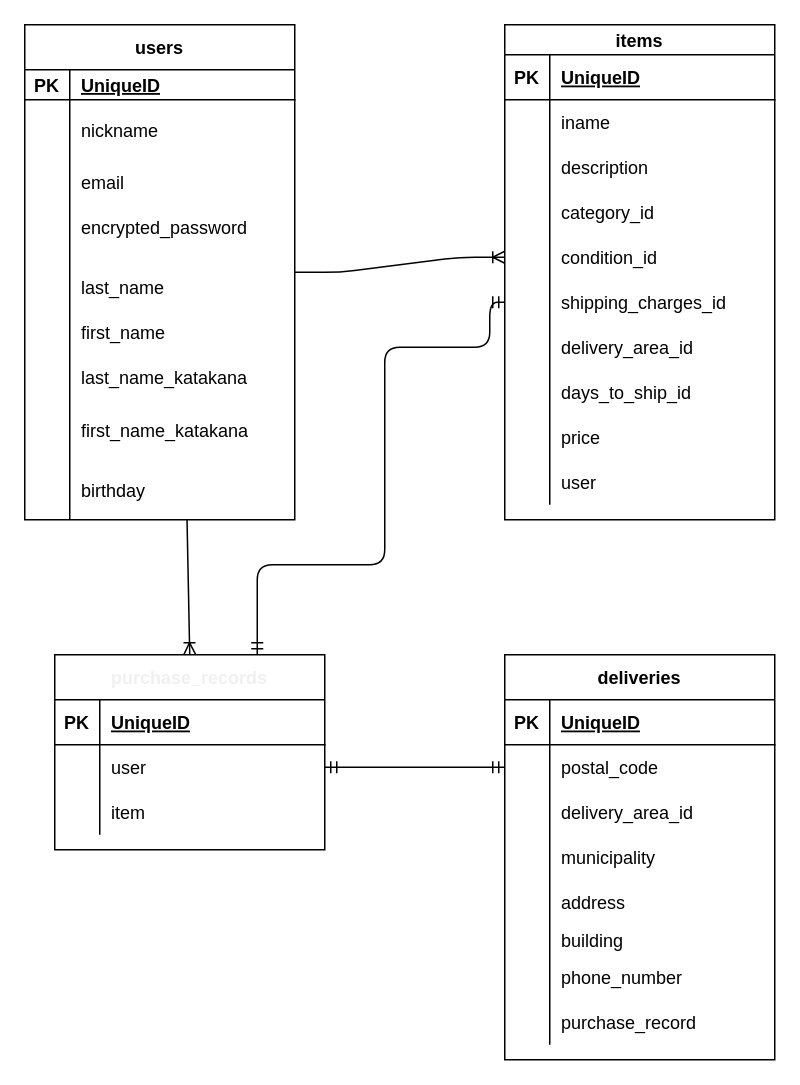
The draw.io diagram config/furima_er.dio in ShoutoSaitou/furima-35436, before the edit. Source tidied: cells renumbered, new cells numbered last; positions are measured from the earlier drawing's top-left corner, leaving out a move shared by most shapes. Both pictures are drawn from the tidied source at 150%, with x=0, y=0 at pixel (24, 24).
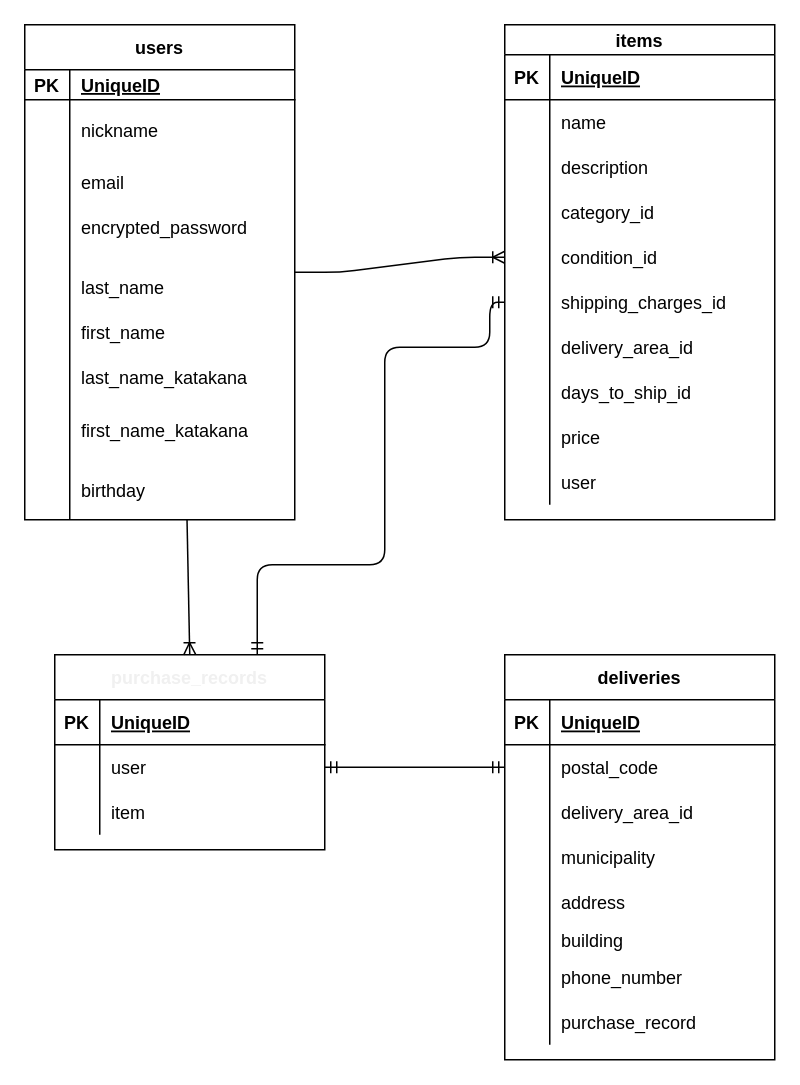
After the change.

Commit message:
ER図のカラム名inameをnameに修正

The change refers to these unchanged cells:
```xml
<mxCell id="34" style="shape=partialRectangle;fillColor=none;top=0;left=0;bottom=0;right=0;" parent="30" vertex="1">
  <mxGeometry y="50" width="180" height="30" as="geometry" />
</mxCell>
```

Diff of the diagram source:
```diff
@@
-    <mxCell id="36" value="iname" style="shape=partialRectangle;fillColor=none;top=0;left=0;bottom=0;right=0;align=left;spacingLeft=6;overflow=hidden;" parent="34" vertex="1">
+    <mxCell id="36" value="name" style="shape=partialRectangle;fillColor=none;top=0;left=0;bottom=0;right=0;align=left;spacingLeft=6;overflow=hidden;" parent="34" vertex="1">
       <mxGeometry x="30" width="150" height="30" as="geometry" />
     </mxCell>
```
